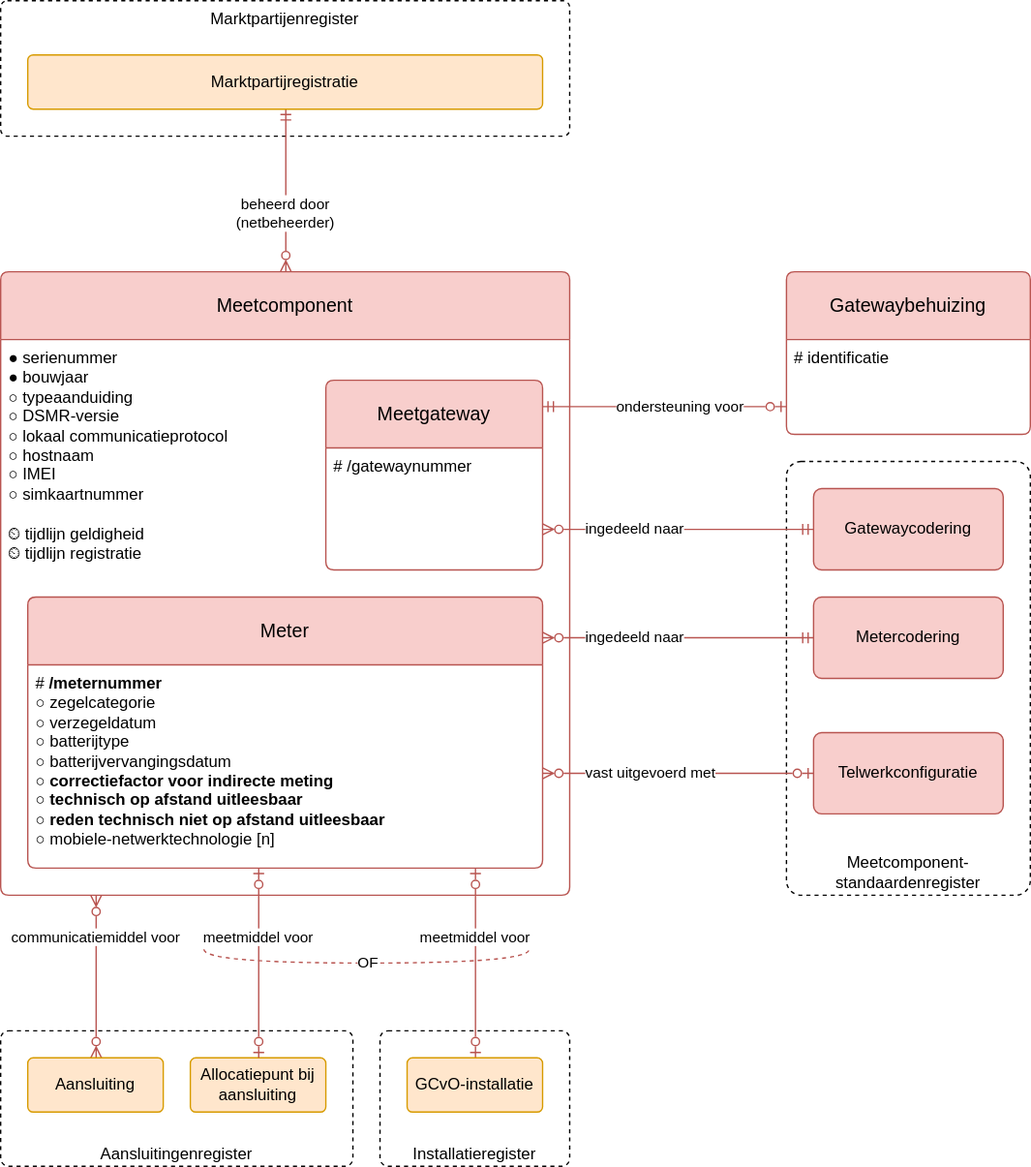
sefanja/nbnl-conceptuele-informatiemodellen keeps this draw.io diagram as modellen/registers/meetcomponentenregister/1.0.0/model.drawio.svg. Above is the earlier version. Source tidied: cells renumbered, new cells last; positions are measured from the earlier drawing's top-left corner, leaving out a move shared by most shapes.
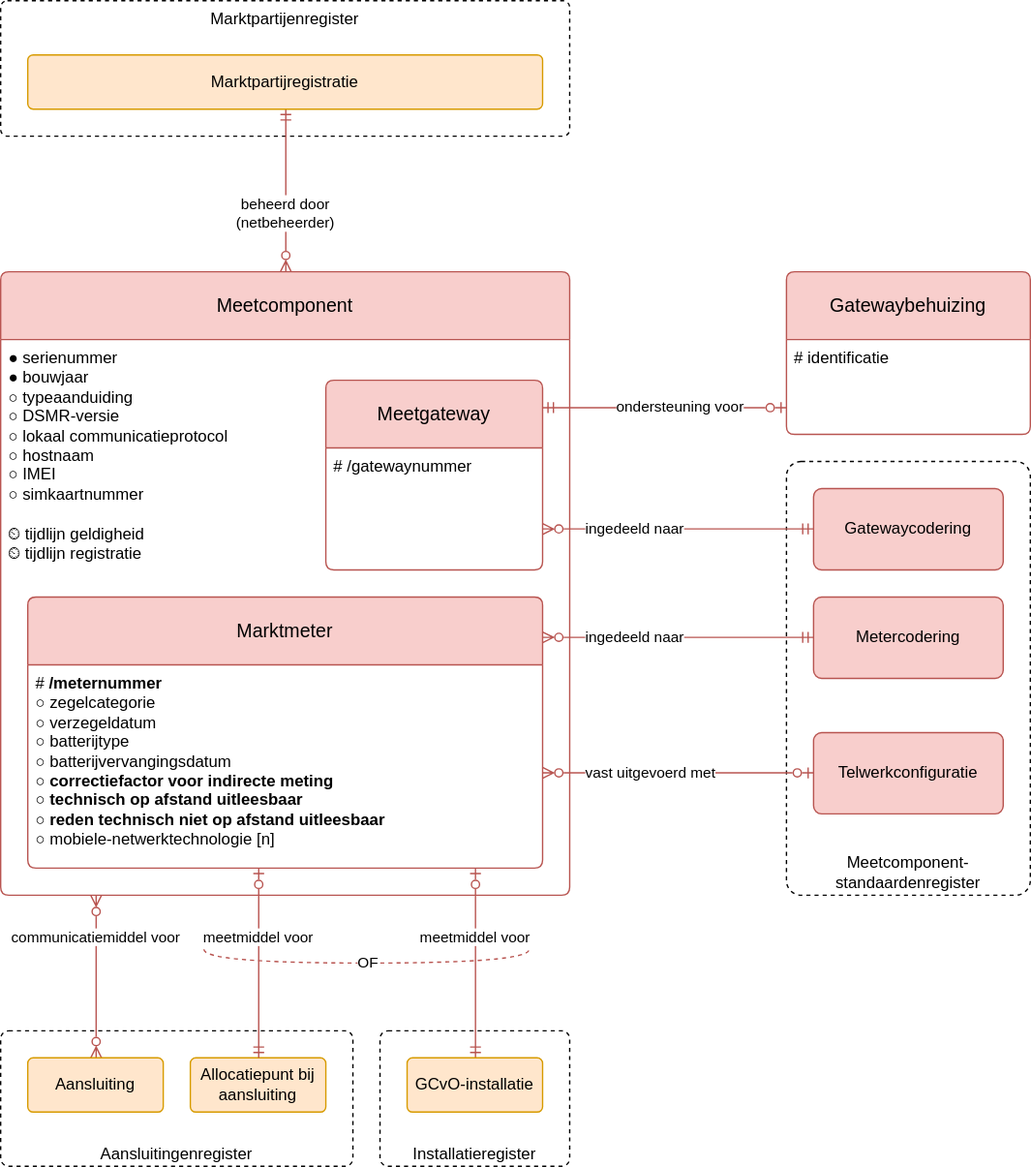
Later version of the same file.

Diff of the diagram source:
```diff
@@ -29,7 +29,7 @@
     <mxCell id="8" value="Aansluitingenregister" style="rounded=1;whiteSpace=wrap;html=1;dashed=1;verticalAlign=bottom;arcSize=6;" parent="1" vertex="1">
       <mxGeometry y="760" width="260" height="100" as="geometry" />
     </mxCell>
-    <mxCell id="9" value="Meter" style="swimlane;horizontal=1;startSize=50;rounded=1;fontSize=14;fontStyle=0;strokeWidth=1;shadow=0;dashed=0;align=center;fillColor=#f8cecc;strokeColor=#b85450;arcSize=4;whiteSpace=wrap;html=1;" parent="1" vertex="1">
+    <mxCell id="9" value="Marktmeter" style="swimlane;horizontal=1;startSize=50;rounded=1;fontSize=14;fontStyle=0;strokeWidth=1;shadow=0;dashed=0;align=center;fillColor=#f8cecc;strokeColor=#b85450;arcSize=4;whiteSpace=wrap;html=1;" parent="1" vertex="1">
       <mxGeometry x="20" y="440" width="380" height="200" as="geometry" />
     </mxCell>
     <mxCell id="10" value="&lt;div&gt;# &lt;b&gt;/meternummer&lt;/b&gt;&lt;/div&gt;&lt;div&gt;&lt;div&gt;&lt;span style=&quot;background-color: initial; color: light-dark(rgb(0, 0, 0), rgb(255, 255, 255));&quot;&gt;○ zegelcategorie&lt;/span&gt;&lt;/div&gt;&lt;div&gt;○ verzegeldatum&lt;/div&gt;&lt;/div&gt;&lt;div&gt;&lt;span style=&quot;background-color: transparent; color: light-dark(rgb(0, 0, 0), rgb(255, 255, 255));&quot;&gt;○ batterijtype&lt;/span&gt;&lt;/div&gt;&lt;div&gt;&lt;div&gt;○ batterijvervangingsdatum&lt;/div&gt;&lt;/div&gt;&lt;div&gt;&lt;span style=&quot;background-color: transparent; color: light-dark(rgb(0, 0, 0), rgb(255, 255, 255));&quot;&gt;○&amp;nbsp;&lt;/span&gt;&lt;b style=&quot;background-color: transparent; color: light-dark(rgb(0, 0, 0), rgb(255, 255, 255));&quot;&gt;correctiefactor&amp;nbsp;voor indirecte meting&lt;/b&gt;&lt;/div&gt;&lt;div&gt;&lt;div&gt;&lt;div&gt;&lt;span style=&quot;background-color: transparent; color: light-dark(rgb(0, 0, 0), rgb(255, 255, 255));&quot;&gt;○&lt;/span&gt;&lt;span style=&quot;background-color: initial; color: light-dark(rgb(0, 0, 0), rgb(255, 255, 255));&quot;&gt;&amp;nbsp;&lt;/span&gt;&lt;span style=&quot;background-color: initial; color: light-dark(rgb(0, 0, 0), rgb(255, 255, 255));&quot;&gt;&lt;b&gt;technisch op afstand uitleesbaar&lt;/b&gt;&lt;/span&gt;&lt;/div&gt;&lt;div&gt;○&amp;nbsp;&lt;b&gt;reden technisch niet op afstand&amp;nbsp;&lt;span style=&quot;background-color: transparent; color: light-dark(rgb(0, 0, 0), rgb(255, 255, 255));&quot;&gt;uitleesbaar&lt;/span&gt;&lt;/b&gt;&lt;/div&gt;&lt;/div&gt;&lt;/div&gt;&lt;div&gt;&lt;div&gt;&lt;span style=&quot;background-color: transparent; color: light-dark(rgb(0, 0, 0), rgb(255, 255, 255));&quot;&gt;○&lt;/span&gt;&amp;nbsp;mobiele-netwerktechnologie [n]&lt;/div&gt;&lt;/div&gt;" style="align=left;strokeColor=none;fillColor=none;spacingLeft=4;fontSize=12;verticalAlign=top;fontStyle=0;html=1;" parent="9" vertex="1">
@@ -38,7 +38,7 @@
     <mxCell id="11" value="Installatieregister" style="rounded=1;whiteSpace=wrap;html=1;dashed=1;verticalAlign=bottom;arcSize=6;" parent="1" vertex="1">
       <mxGeometry x="280" y="760" width="140" height="100" as="geometry" />
     </mxCell>
-    <mxCell id="12" value="meetmiddel voor" style="edgeStyle=elbowEdgeStyle;fontSize=11;html=1;endArrow=ERzeroToOne;startArrow=ERzeroToOne;rounded=0;startFill=0;align=center;endFill=0;fontStyle=0;fillColor=#f8cecc;strokeColor=#b85450;" parent="1" edge="1" source="9" target="16">
+    <mxCell id="12" value="meetmiddel voor" style="edgeStyle=elbowEdgeStyle;fontSize=11;html=1;endArrow=ERmandOne;startArrow=ERzeroToOne;rounded=0;startFill=0;align=center;endFill=0;fontStyle=0;fillColor=#f8cecc;strokeColor=#b85450;" parent="1" edge="1" source="9" target="16">
       <mxGeometry x="-0.29" relative="1" as="geometry" />
     </mxCell>
     <mxCell id="13" value="Marktpartijenregister" style="rounded=1;whiteSpace=wrap;html=1;verticalAlign=top;sketch=0;fontSize=12;dashed=1;arcSize=5;" parent="1" vertex="1">
@@ -56,7 +56,7 @@
     <mxCell id="17" value="Marktpartijregistratie" style="rounded=1;arcSize=10;whiteSpace=wrap;html=1;align=center;fillColor=#ffe6cc;strokeColor=#d79b00;" parent="1" vertex="1">
       <mxGeometry x="20" y="40" width="380" height="40" as="geometry" />
     </mxCell>
-    <mxCell id="18" value="meetmiddel voor" style="edgeStyle=elbowEdgeStyle;fontSize=11;html=1;endArrow=ERzeroToOne;startArrow=ERzeroToOne;rounded=0;startFill=0;align=center;endFill=0;jumpStyle=none;fontStyle=0;fillColor=#f8cecc;strokeColor=#b85450;" parent="1" edge="1" source="9" target="15">
+    <mxCell id="18" value="meetmiddel voor" style="edgeStyle=elbowEdgeStyle;fontSize=11;html=1;endArrow=ERmandOne;startArrow=ERzeroToOne;rounded=0;startFill=0;align=center;endFill=0;jumpStyle=none;fontStyle=0;fillColor=#f8cecc;strokeColor=#b85450;" parent="1" edge="1" source="9" target="15">
       <mxGeometry x="-0.29" relative="1" as="geometry" />
     </mxCell>
     <mxCell id="19" value="OF" style="endArrow=none;html=1;rounded=0;edgeStyle=orthogonalEdgeStyle;noJump=0;orthogonalLoop=0;orthogonal=0;strokeColor=#b85450;dashed=1;jumpStyle=arc;jumpSize=12;curved=1;fillColor=#f8cecc;" parent="1" edge="1">
```
